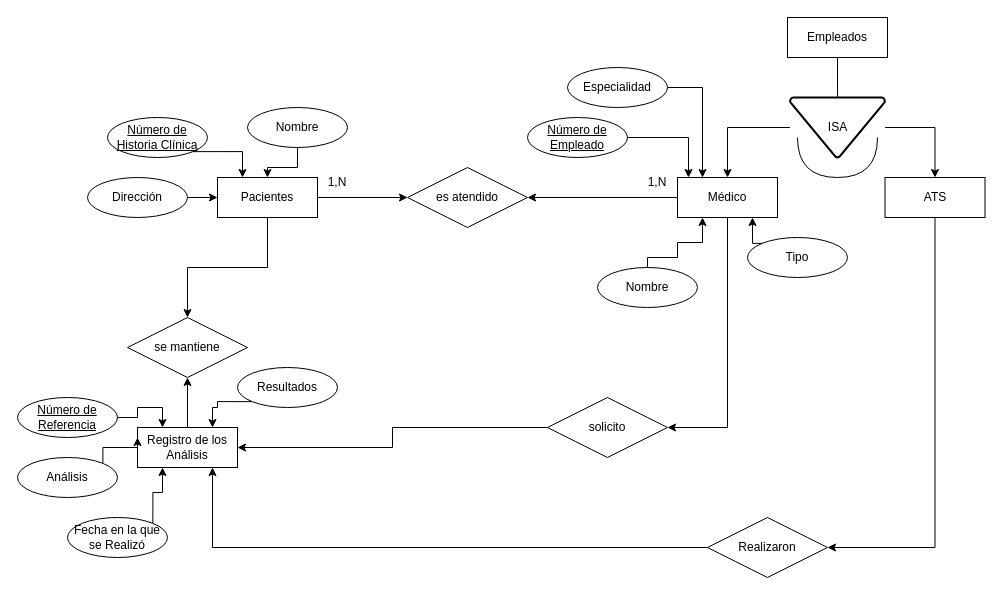
The draw.io diagram Hospital.drawio in javiersanchezrey/EjerciciosBBDD, before the edit. Source tidied: cells renumbered, new cells numbered last; positions are measured from the earlier drawing's top-left corner, leaving out a move shared by most shapes. Both pictures are drawn from the tidied source at 100%, with x=0, y=0 at pixel (17, 17).
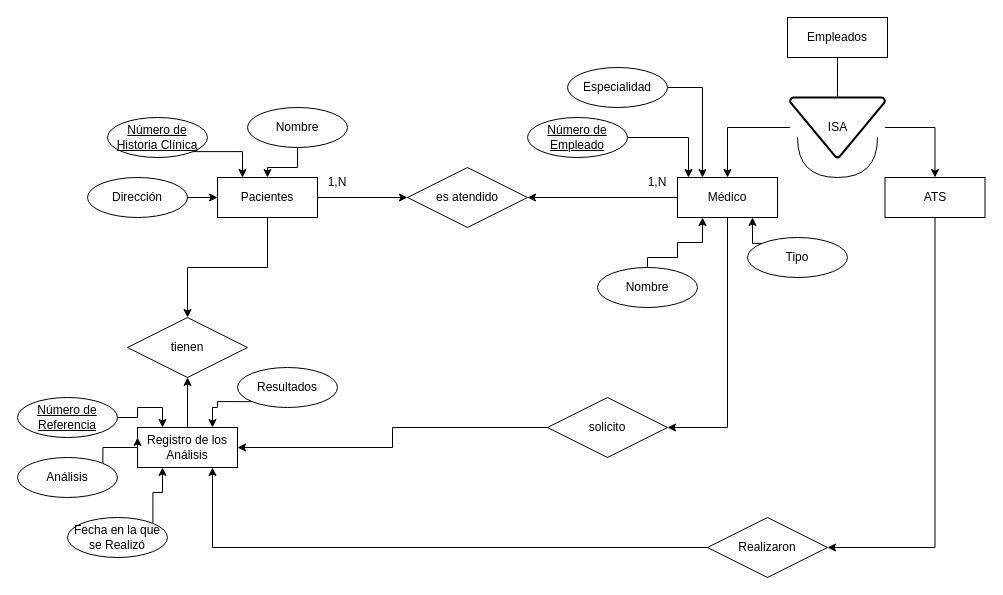
After the change.

What changed in the source:
```diff
@@
-    <mxCell id="30" value="se mantiene" style="shape=rhombus;perimeter=rhombusPerimeter;whiteSpace=wrap;html=1;align=center;" parent="1" vertex="1">
+    <mxCell id="30" value="tienen" style="shape=rhombus;perimeter=rhombusPerimeter;whiteSpace=wrap;html=1;align=center;" parent="1" vertex="1">
       <mxGeometry x="110" y="300" width="120" height="60" as="geometry" />
     </mxCell>
```
